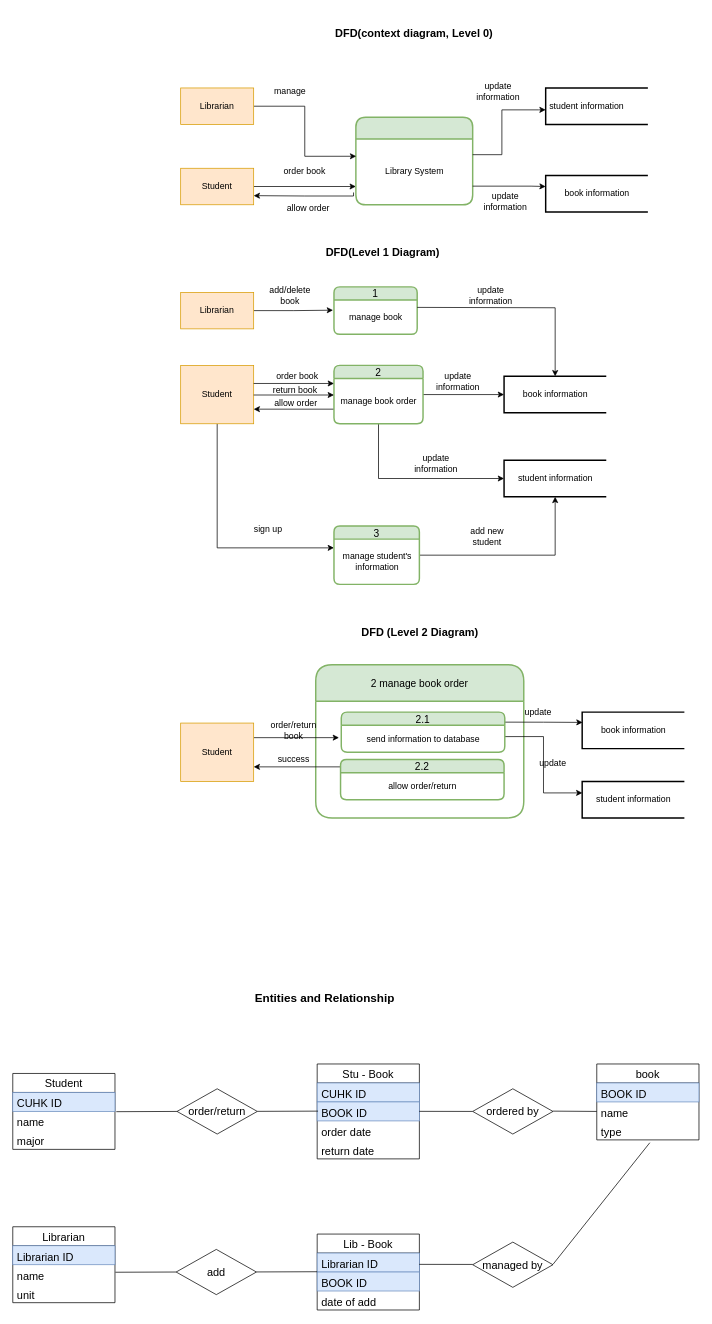
Before: Untitled Diagram.drawio in CrystalParaboy/primer, a draw.io diagram. Source tidied: cells renumbered, new cells numbered last; positions are measured from the earlier drawing's top-left corner, leaving out a move shared by most shapes. Both pictures are drawn from the tidied source at 73%, with x=0, y=0 at pixel (12, 15).
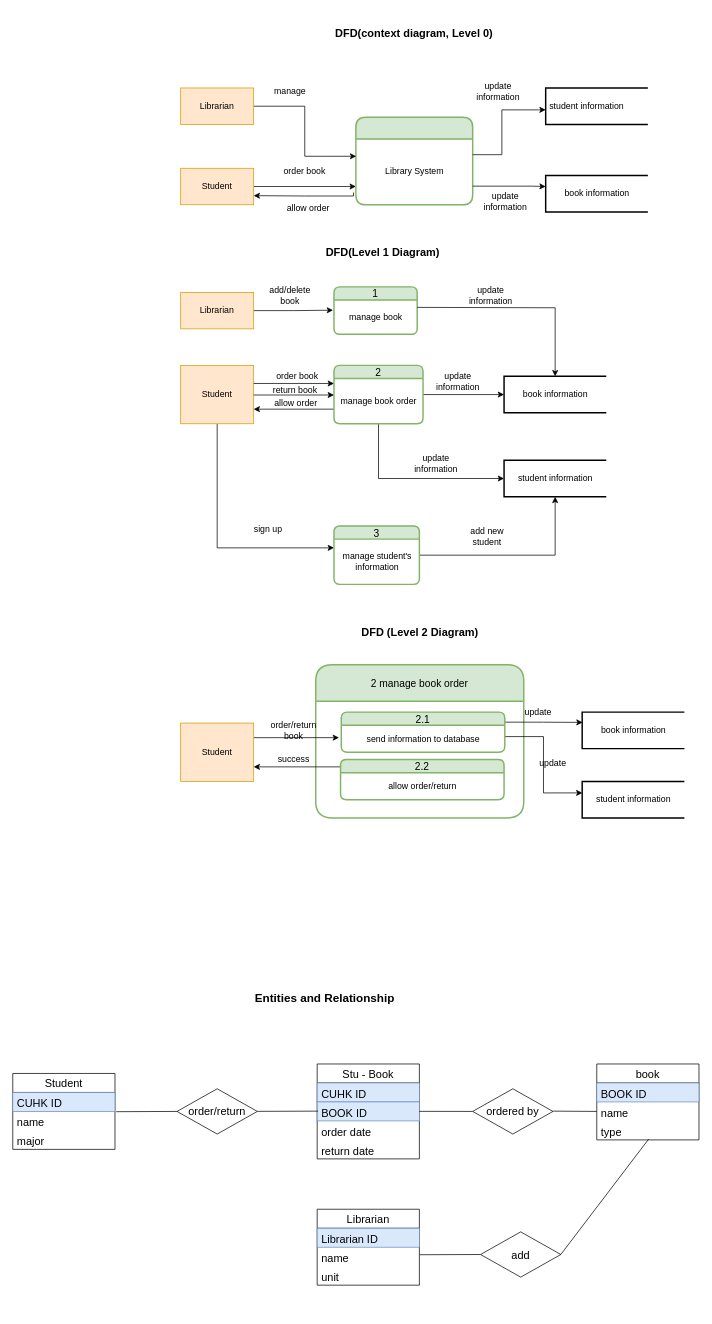
Above is the later version.

Unchanged cells that the change refers to:
```xml
<mxCell id="72" value="type" style="text;strokeColor=none;fillColor=none;align=left;verticalAlign=top;spacingLeft=4;spacingRight=4;overflow=hidden;points=[[0,0.5],[1,0.5]];portConstraint=eastwest;fontSize=15;" parent="69" vertex="1">
  <mxGeometry y="78" width="140" height="26" as="geometry" />
</mxCell>
```

The edit, as a diff of the source:
```diff
@@
     <mxCell id="73" value="Librarian" style="swimlane;fontStyle=0;horizontal=1;startSize=26;fillColor=none;fontSize=15;" parent="1" vertex="1">
-      <mxGeometry y="1660" width="140" height="104" as="geometry" />
+      <mxGeometry x="417" y="1636" width="140" height="104" as="geometry" />
     </mxCell>
@@
-    <mxCell id="82" value="Lib - Book" style="swimlane;fontStyle=0;horizontal=1;startSize=26;fillColor=none;fontSize=15;" parent="1" vertex="1">
-      <mxGeometry x="417" y="1670" width="140" height="104" as="geometry" />
-    </mxCell>
-    <mxCell id="83" value="Librarian ID" style="text;align=left;verticalAlign=top;spacingLeft=4;spacingRight=4;overflow=hidden;fontSize=15;fillColor=#dae8fc;strokeColor=#6c8ebf;" parent="82" vertex="1">
-      <mxGeometry y="26" width="140" height="26" as="geometry" />
-    </mxCell>
-    <mxCell id="84" value="BOOK ID" style="text;strokeColor=#6c8ebf;fillColor=#dae8fc;align=left;verticalAlign=top;spacingLeft=4;spacingRight=4;overflow=hidden;fontSize=15;" parent="82" vertex="1">
-      <mxGeometry y="52" width="140" height="26" as="geometry" />
-    </mxCell>
-    <mxCell id="85" value="date of add" style="text;strokeColor=none;fillColor=none;align=left;verticalAlign=top;spacingLeft=4;spacingRight=4;overflow=hidden;fontSize=15;" parent="82" vertex="1">
-      <mxGeometry y="78" width="140" height="26" as="geometry" />
-    </mxCell>
@@
-    <mxCell id="88" value="managed by" style="rhombus;whiteSpace=wrap;html=1;fontSize=15;" parent="1" vertex="1">
-      <mxGeometry x="630" y="1681" width="110" height="62" as="geometry" />
-    </mxCell>
@@
     <mxCell id="93" value="add" style="rhombus;whiteSpace=wrap;html=1;fontSize=15;" parent="1" vertex="1">
-      <mxGeometry x="223.8" y="1691" width="110" height="62" as="geometry" />
+      <mxGeometry x="640.8" y="1667" width="110" height="62" as="geometry" />
     </mxCell>
     <mxCell id="94" style="endArrow=none;html=1;rounded=0;fontSize=15;exitX=1.013;exitY=0.013;exitDx=0;exitDy=0;exitPerimeter=0;entryX=0;entryY=0.5;entryDx=0;entryDy=0;" parent="1" edge="1" target="93">
       <mxGeometry relative="1" as="geometry">
-        <mxPoint x="140.6" y="1722.3" as="sourcePoint" />
+        <mxPoint x="557.6" y="1698.3" as="sourcePoint" />
       </mxGeometry>
     </mxCell>
-    <mxCell id="95" style="endArrow=none;html=1;rounded=0;fontSize=15;exitX=1.013;exitY=0.013;exitDx=0;exitDy=0;exitPerimeter=0;entryX=0;entryY=0.5;entryDx=0;entryDy=0;" parent="1" edge="1">
+    <mxCell id="95" style="endArrow=none;html=1;rounded=0;fontSize=15;exitX=1.013;exitY=0.013;exitDx=0;exitDy=0;exitPerimeter=0;entryX=0.508;entryY=0.957;entryDx=0;entryDy=0;entryPerimeter=0;" parent="1" edge="1" target="72">
       <mxGeometry relative="1" as="geometry">
-        <mxPoint x="333.8" y="1721.9" as="sourcePoint" />
-        <mxPoint x="417" y="1721.6" as="targetPoint" />
+        <mxPoint x="750.8" y="1697.9" as="sourcePoint" />
       </mxGeometry>
     </mxCell>
-    <mxCell id="96" style="endArrow=none;html=1;rounded=0;fontSize=15;exitX=1.013;exitY=0.013;exitDx=0;exitDy=0;exitPerimeter=0;" parent="1" edge="1">
-      <mxGeometry relative="1" as="geometry">
-        <mxPoint x="556.8" y="1711.5" as="sourcePoint" />
-        <mxPoint x="630" y="1711.6" as="targetPoint" />
-      </mxGeometry>
-    </mxCell>
-    <mxCell id="97" style="endArrow=none;html=1;rounded=0;fontSize=15;exitX=1.013;exitY=0.013;exitDx=0;exitDy=0;exitPerimeter=0;entryX=0.519;entryY=1.148;entryDx=0;entryDy=0;entryPerimeter=0;" parent="1" edge="1" target="72">
-      <mxGeometry relative="1" as="geometry">
-        <mxPoint x="740" y="1711.5" as="sourcePoint" />
-      </mxGeometry>
-    </mxCell>
```
